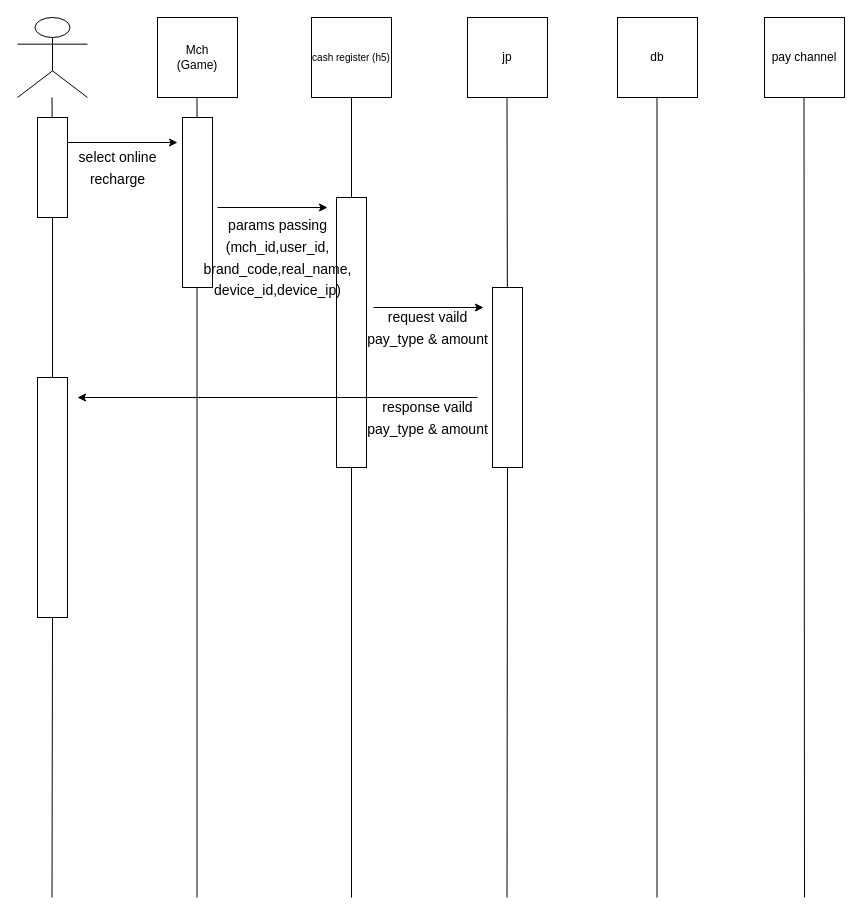
Above: page "jp h5收銀台" (3 of 5) of turtledegist.drawio in ppudding5566/test5566 (draw.io), before the change. Source tidied: cells renumbered, new cells numbered last; positions are measured from the earlier drawing's top-left corner, leaving out a move shared by most shapes. Both pictures are drawn from the tidied source at 100%, with x=0, y=0 at pixel (17, 17).
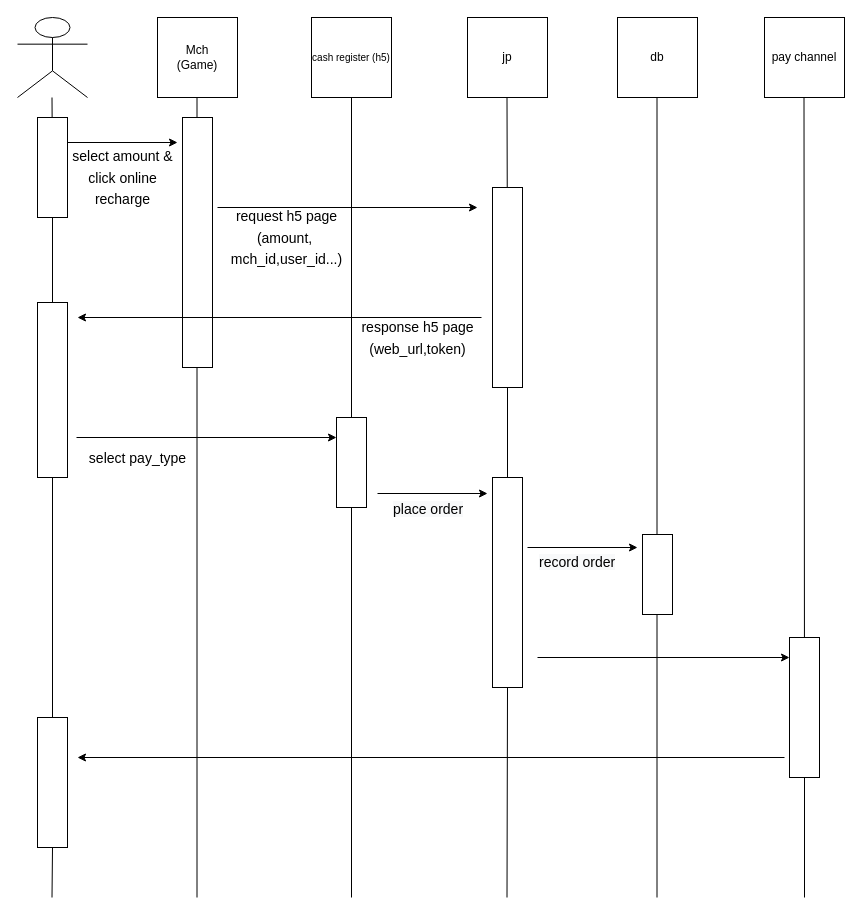
The same diagram, later.

The change refers to these unchanged cells:
```xml
<mxCell id="7" value="&lt;font style=&quot;font-size: 10px;&quot;&gt;cash register (h5)&lt;/font&gt;" style="whiteSpace=wrap;html=1;" parent="1" vertex="1">
  <mxGeometry x="294" width="80" height="80" as="geometry" />
</mxCell>
```

The edit, as a diff of the source:
```diff
@@
-    <mxCell id="2" value="&lt;font style=&quot;font-size: 14px;&quot;&gt;response vaild &lt;br&gt;pay_type &amp;amp; amount&lt;br&gt;&lt;/font&gt;" style="text;html=1;align=center;verticalAlign=middle;fillColor=none;strokeColor=none;rounded=0;fontSize=18;" parent="1" vertex="1">
-      <mxGeometry x="340" y="370" width="140" height="60" as="geometry" />
-    </mxCell>
-    <mxCell id="3" style="endArrow=none;html=1;rounded=0;entryX=0.5;entryY=1;entryDx=0;entryDy=0;" parent="1" edge="1" target="7">
-      <mxGeometry relative="1" as="geometry">
-        <mxPoint x="334" y="880" as="sourcePoint" />
-      </mxGeometry>
+    <mxCell id="3" style="endArrow=none;html=1;rounded=0;entryX=0.5;entryY=1;entryDx=0;entryDy=0;startArrow=none;" parent="1" edge="1" source="15" target="7">
+      <mxGeometry relative="1" as="geometry" />
     </mxCell>
@@
     <mxCell id="14" style="rounded=0;whiteSpace=wrap;html=1;" parent="1" vertex="1">
-      <mxGeometry x="165" y="100" width="30" height="170" as="geometry" />
+      <mxGeometry x="165" y="100" width="30" height="250" as="geometry" />
     </mxCell>
-    <mxCell id="15" style="rounded=0;whiteSpace=wrap;html=1;" parent="1" vertex="1">
-      <mxGeometry x="319" y="180" width="30" height="270" as="geometry" />
-    </mxCell>
-    <mxCell id="16" value="&lt;font style=&quot;font-size: 14px;&quot;&gt;select online &lt;br&gt;recharge&lt;br&gt;&lt;/font&gt;" style="text;html=1;align=center;verticalAlign=middle;fillColor=none;strokeColor=none;rounded=0;fontSize=18;" parent="1" vertex="1">
-      <mxGeometry x="50" y="120" width="100" height="60" as="geometry" />
+    <mxCell id="16" value="&lt;font style=&quot;font-size: 14px;&quot;&gt;select amount &amp;amp;&lt;br&gt;click online&lt;br&gt;recharge&lt;br&gt;&lt;/font&gt;" style="text;html=1;align=center;verticalAlign=middle;fillColor=none;strokeColor=none;rounded=0;fontSize=18;" parent="1" vertex="1">
+      <mxGeometry x="45" y="120" width="120" height="80" as="geometry" />
     </mxCell>
     <mxCell id="17" style="edgeStyle=none;rounded=0;orthogonalLoop=1;jettySize=auto;html=1;exitX=1;exitY=0.25;exitDx=0;exitDy=0;" parent="1" edge="1">
       <mxGeometry relative="1" as="geometry">
         <mxPoint x="200" y="190" as="sourcePoint" />
-        <mxPoint x="310" y="190" as="targetPoint" />
+        <mxPoint x="460" y="190" as="targetPoint" />
       </mxGeometry>
     </mxCell>
@@
-    <mxCell id="19" style="endArrow=none;html=1;rounded=0;entryX=0.5;entryY=1;entryDx=0;entryDy=0;startArrow=none;" parent="1" edge="1">
+    <mxCell id="19" style="endArrow=none;html=1;rounded=0;entryX=0.5;entryY=1;entryDx=0;entryDy=0;startArrow=none;" parent="1" edge="1" source="40">
       <mxGeometry relative="1" as="geometry">
-        <mxPoint x="787" y="880" as="sourcePoint" />
         <mxPoint x="786.5" y="80" as="targetPoint" />
       </mxGeometry>
     </mxCell>
-    <mxCell id="20" value="&lt;font style=&quot;font-size: 14px;&quot;&gt;params passing&lt;br&gt;(mch_id,user_id,&lt;br&gt;brand_code,real_name,&lt;br&gt;device_id,device_ip)&lt;br&gt;&lt;/font&gt;" style="text;html=1;align=center;verticalAlign=middle;fillColor=none;strokeColor=none;rounded=0;fontSize=18;" parent="1" vertex="1">
-      <mxGeometry x="175" y="190" width="170" height="100" as="geometry" />
+    <mxCell id="20" value="&lt;font style=&quot;font-size: 14px;&quot;&gt;request h5 page&lt;br&gt;(amount,&amp;nbsp;&lt;br&gt;mch_id,user_id...)&lt;br&gt;&lt;/font&gt;" style="text;html=1;align=center;verticalAlign=middle;fillColor=none;strokeColor=none;rounded=0;fontSize=18;" parent="1" vertex="1">
+      <mxGeometry x="204" y="180" width="130" height="80" as="geometry" />
     </mxCell>
@@
     <mxCell id="23" style="rounded=0;whiteSpace=wrap;html=1;" parent="1" vertex="1">
-      <mxGeometry x="475" y="270" width="30" height="180" as="geometry" />
+      <mxGeometry x="475" y="170" width="30" height="200" as="geometry" />
     </mxCell>
-    <mxCell id="24" style="endArrow=none;html=1;rounded=0;entryX=0.5;entryY=1;entryDx=0;entryDy=0;" parent="1" edge="1" target="23">
-      <mxGeometry relative="1" as="geometry">
-        <mxPoint x="489.5" y="880" as="sourcePoint" />
-      </mxGeometry>
+    <mxCell id="24" style="endArrow=none;html=1;rounded=0;entryX=0.5;entryY=1;entryDx=0;entryDy=0;startArrow=none;" parent="1" edge="1" source="42" target="23">
+      <mxGeometry relative="1" as="geometry" />
     </mxCell>
-    <mxCell id="25" style="edgeStyle=none;rounded=0;orthogonalLoop=1;jettySize=auto;html=1;exitX=1;exitY=0.25;exitDx=0;exitDy=0;" parent="1" edge="1">
-      <mxGeometry relative="1" as="geometry">
-        <mxPoint x="356" y="290" as="sourcePoint" />
-        <mxPoint x="466" y="290" as="targetPoint" />
-      </mxGeometry>
-    </mxCell>
-    <mxCell id="26" value="&lt;font style=&quot;font-size: 14px;&quot;&gt;request vaild &lt;br&gt;pay_type &amp;amp; amount&lt;br&gt;&lt;/font&gt;" style="text;html=1;align=center;verticalAlign=middle;fillColor=none;strokeColor=none;rounded=0;fontSize=18;" parent="1" vertex="1">
-      <mxGeometry x="340" y="280" width="140" height="60" as="geometry" />
-    </mxCell>
     <mxCell id="27" style="rounded=0;whiteSpace=wrap;html=1;" parent="1" vertex="1">
-      <mxGeometry x="20" y="360" width="30" height="240" as="geometry" />
+      <mxGeometry x="20" y="285" width="30" height="175" as="geometry" />
     </mxCell>
-    <mxCell id="28" style="endArrow=none;html=1;rounded=0;entryX=0.5;entryY=1;entryDx=0;entryDy=0;" parent="1" edge="1" target="27">
-      <mxGeometry relative="1" as="geometry">
-        <mxPoint x="34.5" y="880" as="sourcePoint" />
-      </mxGeometry>
+    <mxCell id="28" style="endArrow=none;html=1;rounded=0;entryX=0.5;entryY=1;entryDx=0;entryDy=0;startArrow=none;" parent="1" edge="1" source="45" target="27">
+      <mxGeometry relative="1" as="geometry" />
     </mxCell>
-    <mxCell id="29" style="edgeStyle=none;rounded=0;orthogonalLoop=1;jettySize=auto;html=1;" parent="1" edge="1">
-      <mxGeometry relative="1" as="geometry">
-        <mxPoint x="460" y="380" as="sourcePoint" />
-        <mxPoint x="60" y="380" as="targetPoint" />
-      </mxGeometry>
-    </mxCell>
+    <mxCell id="15" style="rounded=0;whiteSpace=wrap;html=1;" parent="1" vertex="1">
+      <mxGeometry x="319" y="400" width="30" height="90" as="geometry" />
+    </mxCell>
+    <mxCell id="30" style="endArrow=none;html=1;rounded=0;entryX=0.5;entryY=1;entryDx=0;entryDy=0;" parent="1" edge="1" target="15">
+      <mxGeometry relative="1" as="geometry">
+        <mxPoint x="334" y="880" as="sourcePoint" />
+      </mxGeometry>
+    </mxCell>
+    <mxCell id="31" style="edgeStyle=none;rounded=0;orthogonalLoop=1;jettySize=auto;html=1;exitX=1;exitY=0.25;exitDx=0;exitDy=0;" parent="1" edge="1">
+      <mxGeometry relative="1" as="geometry">
+        <mxPoint x="464" y="300" as="sourcePoint" />
+        <mxPoint x="60" y="300" as="targetPoint" />
+      </mxGeometry>
+    </mxCell>
+    <mxCell id="32" value="&lt;font style=&quot;font-size: 14px;&quot;&gt;response h5&amp;nbsp;page&lt;br&gt;(web_url,token)&lt;br&gt;&lt;/font&gt;" style="text;html=1;align=center;verticalAlign=middle;fillColor=none;strokeColor=none;rounded=0;fontSize=18;" parent="1" vertex="1">
+      <mxGeometry x="330" y="290" width="140" height="60" as="geometry" />
+    </mxCell>
+    <mxCell id="33" style="edgeStyle=none;rounded=0;orthogonalLoop=1;jettySize=auto;html=1;exitX=1;exitY=0.25;exitDx=0;exitDy=0;" parent="1" edge="1">
+      <mxGeometry relative="1" as="geometry">
+        <mxPoint x="59" y="420" as="sourcePoint" />
+        <mxPoint x="319" y="420" as="targetPoint" />
+      </mxGeometry>
+    </mxCell>
+    <mxCell id="34" value="&lt;font style=&quot;font-size: 14px;&quot;&gt;select pay_type&lt;br&gt;&lt;/font&gt;" style="text;html=1;align=center;verticalAlign=middle;fillColor=none;strokeColor=none;rounded=0;fontSize=18;" parent="1" vertex="1">
+      <mxGeometry x="60" y="420" width="120" height="40" as="geometry" />
+    </mxCell>
+    <mxCell id="35" value="&lt;span style=&quot;color: rgb(0, 0, 0); font-family: Helvetica; font-size: 14px; font-style: normal; font-variant-ligatures: normal; font-variant-caps: normal; font-weight: 400; letter-spacing: normal; orphans: 2; text-align: center; text-indent: 0px; text-transform: none; widows: 2; word-spacing: 0px; -webkit-text-stroke-width: 0px; background-color: rgb(248, 249, 250); text-decoration-thickness: initial; text-decoration-style: initial; text-decoration-color: initial; float: none; display: inline !important;&quot;&gt;place order&lt;/span&gt;" style="text;whiteSpace=wrap;html=1;fontSize=10;" parent="1" vertex="1">
+      <mxGeometry x="374" y="477" width="76" height="40" as="geometry" />
+    </mxCell>
+    <mxCell id="36" style="edgeStyle=none;rounded=0;orthogonalLoop=1;jettySize=auto;html=1;exitX=1;exitY=0.25;exitDx=0;exitDy=0;" parent="1" edge="1">
+      <mxGeometry relative="1" as="geometry">
+        <mxPoint x="360" y="476" as="sourcePoint" />
+        <mxPoint x="470" y="476" as="targetPoint" />
+      </mxGeometry>
+    </mxCell>
+    <mxCell id="37" style="rounded=0;whiteSpace=wrap;html=1;" parent="1" vertex="1">
+      <mxGeometry x="625" y="517" width="30" height="80" as="geometry" />
+    </mxCell>
+    <mxCell id="38" style="edgeStyle=none;rounded=0;orthogonalLoop=1;jettySize=auto;html=1;exitX=1;exitY=0.25;exitDx=0;exitDy=0;" parent="1" edge="1">
+      <mxGeometry relative="1" as="geometry">
+        <mxPoint x="510" y="530" as="sourcePoint" />
+        <mxPoint x="620" y="530" as="targetPoint" />
+      </mxGeometry>
+    </mxCell>
+    <mxCell id="39" value="&lt;span style=&quot;color: rgb(0, 0, 0); font-family: Helvetica; font-size: 14px; font-style: normal; font-variant-ligatures: normal; font-variant-caps: normal; font-weight: 400; letter-spacing: normal; orphans: 2; text-align: center; text-indent: 0px; text-transform: none; widows: 2; word-spacing: 0px; -webkit-text-stroke-width: 0px; background-color: rgb(248, 249, 250); text-decoration-thickness: initial; text-decoration-style: initial; text-decoration-color: initial; float: none; display: inline !important;&quot;&gt;record order&lt;/span&gt;" style="text;whiteSpace=wrap;html=1;fontSize=10;" parent="1" vertex="1">
+      <mxGeometry x="520" y="530" width="90" height="40" as="geometry" />
+    </mxCell>
+    <mxCell id="40" style="rounded=0;whiteSpace=wrap;html=1;" parent="1" vertex="1">
+      <mxGeometry x="772" y="620" width="30" height="140" as="geometry" />
+    </mxCell>
+    <mxCell id="41" style="endArrow=none;html=1;rounded=0;entryX=0.5;entryY=1;entryDx=0;entryDy=0;startArrow=none;" parent="1" edge="1" target="40">
+      <mxGeometry relative="1" as="geometry">
+        <mxPoint x="787" y="880" as="sourcePoint" />
+      </mxGeometry>
+    </mxCell>
+    <mxCell id="42" style="rounded=0;whiteSpace=wrap;html=1;" parent="1" vertex="1">
+      <mxGeometry x="475" y="460" width="30" height="210" as="geometry" />
+    </mxCell>
+    <mxCell id="43" style="endArrow=none;html=1;rounded=0;entryX=0.5;entryY=1;entryDx=0;entryDy=0;" parent="1" edge="1" target="42">
+      <mxGeometry relative="1" as="geometry">
+        <mxPoint x="489.5" y="880" as="sourcePoint" />
+      </mxGeometry>
+    </mxCell>
+    <mxCell id="44" style="edgeStyle=none;rounded=0;orthogonalLoop=1;jettySize=auto;html=1;" parent="1" edge="1">
+      <mxGeometry relative="1" as="geometry">
+        <mxPoint x="520" y="640" as="sourcePoint" />
+        <mxPoint x="772" y="640" as="targetPoint" />
+      </mxGeometry>
+    </mxCell>
+    <mxCell id="45" style="rounded=0;whiteSpace=wrap;html=1;" parent="1" vertex="1">
+      <mxGeometry x="20" y="700" width="30" height="130" as="geometry" />
+    </mxCell>
+    <mxCell id="46" style="endArrow=none;html=1;rounded=0;entryX=0.5;entryY=1;entryDx=0;entryDy=0;" parent="1" edge="1" target="45">
+      <mxGeometry relative="1" as="geometry">
+        <mxPoint x="34.5" y="880" as="sourcePoint" />
+      </mxGeometry>
+    </mxCell>
+    <mxCell id="47" style="edgeStyle=none;rounded=0;orthogonalLoop=1;jettySize=auto;html=1;exitX=1;exitY=0.25;exitDx=0;exitDy=0;" parent="1" edge="1">
+      <mxGeometry relative="1" as="geometry">
+        <mxPoint x="767" y="740" as="sourcePoint" />
+        <mxPoint x="60" y="740" as="targetPoint" />
+      </mxGeometry>
+    </mxCell>
```
